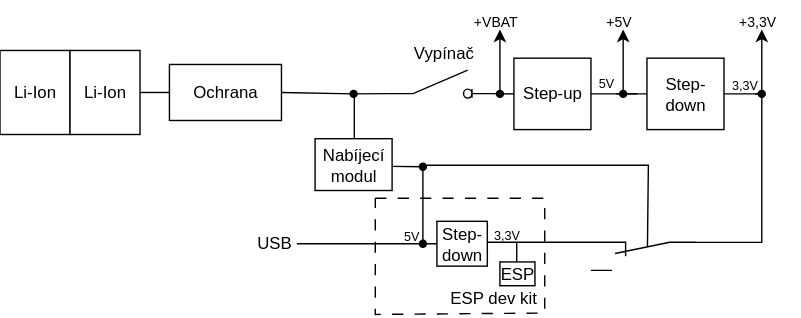
Before: docs/images/ksitovka_napajeni.drawio.svg, a diagram exported from draw.io (BrnoMarsRover/myMachine-LED-cap). Source tidied: cells renumbered, new cells last; positions are measured from the earlier drawing's top-left corner, leaving out a move shared by most shapes.
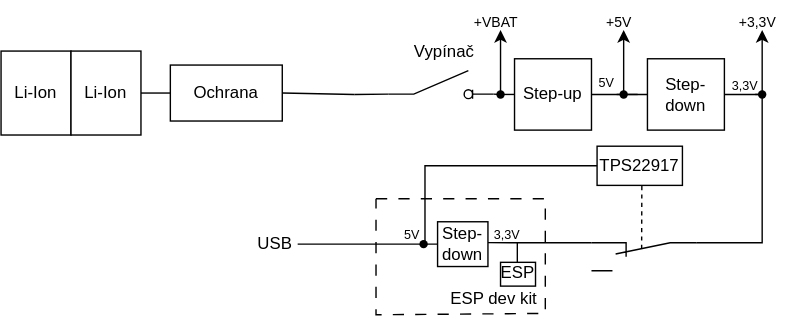
The same diagram one commit later.

Commit message:
Add schematic of main board

Diff of the diagram source:
```diff
@@ -28,8 +28,10 @@
     <mxCell id="9" style="endArrow=none;html=1;rounded=0;exitDx=0;exitDy=0;entryX=0;entryY=0.5;entryDx=0;entryDy=0;" parent="1" edge="1" source="36" target="8">
       <mxGeometry relative="1" as="geometry" />
     </mxCell>
-    <mxCell id="10" style="endArrow=none;html=1;rounded=0;exitDx=0;exitDy=0;entryX=0;entryY=0.84;entryDx=0;entryDy=0;" parent="1" edge="1" source="30" target="5">
-      <mxGeometry relative="1" as="geometry" />
+    <mxCell id="10" style="endArrow=none;html=1;rounded=0;exitDx=0;exitDy=0;entryX=0;entryY=0.84;entryDx=0;entryDy=0;" parent="1" edge="1" target="5">
+      <mxGeometry relative="1" as="geometry">
+        <mxPoint x="252.5" y="67" as="sourcePoint" />
+      </mxGeometry>
     </mxCell>
     <mxCell id="11" value="Step-down" style="rounded=0;whiteSpace=wrap;html=1;" parent="1" vertex="1">
       <mxGeometry x="462" y="41.5" width="55" height="51" as="geometry" />
@@ -92,41 +94,11 @@
     <mxCell id="24" value="&lt;font style=&quot;font-size: 9px;&quot;&gt;3,3V&lt;/font&gt;" style="text;html=1;whiteSpace=wrap;strokeColor=none;fillColor=none;align=center;verticalAlign=middle;rounded=0;" parent="1" vertex="1">
       <mxGeometry x="343" y="153" width="38" height="27" as="geometry" />
     </mxCell>
-    <mxCell id="25" style="endArrow=none;html=1;rounded=0;entryX=0.462;entryY=0.833;entryDx=0;entryDy=0;entryPerimeter=0;" parent="1" edge="1" target="17">
-      <mxGeometry relative="1" as="geometry">
-        <mxPoint x="302" y="174" as="sourcePoint" />
-        <Array as="points">
-          <mxPoint x="302" y="118" />
-          <mxPoint x="463" y="118" />
-        </Array>
-      </mxGeometry>
-    </mxCell>
-    <mxCell id="26" value="&lt;div&gt;Nabíjecí&lt;/div&gt;&lt;div&gt;modul&lt;/div&gt;" style="rounded=0;whiteSpace=wrap;html=1;" parent="1" vertex="1">
-      <mxGeometry x="225" y="99" width="55" height="37" as="geometry" />
-    </mxCell>
-    <mxCell id="27" style="endArrow=none;html=1;rounded=0;" parent="1" edge="1" source="32">
-      <mxGeometry relative="1" as="geometry">
-        <mxPoint x="302" y="118" as="targetPoint" />
-      </mxGeometry>
-    </mxCell>
-    <mxCell id="28" style="endArrow=none;html=1;rounded=0;" parent="1" edge="1">
-      <mxGeometry relative="1" as="geometry">
-        <mxPoint x="253" y="99" as="sourcePoint" />
-        <mxPoint x="253" y="67" as="targetPoint" />
-      </mxGeometry>
-    </mxCell>
-    <mxCell id="29" style="endArrow=none;html=1;rounded=0;exitX=1;exitY=0.5;exitDx=0;exitDy=0;entryDx=0;entryDy=0;" parent="1" edge="1" source="4" target="30">
-      <mxGeometry relative="1" as="geometry" />
+    <mxCell id="29" style="endArrow=none;html=1;rounded=0;exitX=1;exitY=0.5;exitDx=0;exitDy=0;entryDx=0;entryDy=0;" parent="1" edge="1" source="4">
+      <mxGeometry relative="1" as="geometry">
+        <mxPoint x="252.5" y="67" as="targetPoint" />
+      </mxGeometry>
     </mxCell>
-    <mxCell id="30" style="shape=waypoint;sketch=0;fillStyle=solid;size=6;points=[];fillColor=none;perimeter=centerPerimeter;snapToPoint=1;" parent="1" vertex="1">
-      <mxGeometry x="242.5" y="57" width="20" height="20" as="geometry" />
-    </mxCell>
-    <mxCell id="31" style="endArrow=none;html=1;rounded=0;exitX=0.999;exitY=0.534;exitDx=0;exitDy=0;exitPerimeter=0;" parent="1" edge="1" source="26" target="32">
-      <mxGeometry relative="1" as="geometry" />
-    </mxCell>
-    <mxCell id="32" style="shape=waypoint;sketch=0;fillStyle=solid;size=6;points=[];fillColor=none;perimeter=centerPerimeter;snapToPoint=1;" parent="1" vertex="1">
-      <mxGeometry x="292" y="109" width="20" height="20" as="geometry" />
-    </mxCell>
     <mxCell id="33" style="shape=waypoint;sketch=0;fillStyle=solid;size=6;fillColor=none;perimeter=centerPerimeter;" parent="1" vertex="1">
       <mxGeometry x="292" y="164" width="20" height="20" as="geometry" />
     </mxCell>
@@ -198,5 +170,21 @@
         <mxPoint x="369" y="173" as="targetPoint" />
       </mxGeometry>
     </mxCell>
+    <mxCell id="50" value="TPS22917" style="rounded=0;whiteSpace=wrap;html=1;" parent="1" vertex="1">
+      <mxGeometry x="426" y="104" width="61" height="28" as="geometry" />
+    </mxCell>
+    <mxCell id="51" style="endArrow=none;html=1;rounded=0;entryX=0;entryY=0.5;entryDx=0;entryDy=0;" parent="1" edge="1" target="50">
+      <mxGeometry relative="1" as="geometry">
+        <mxPoint x="303" y="173" as="sourcePoint" />
+        <Array as="points">
+          <mxPoint x="303" y="118" />
+        </Array>
+      </mxGeometry>
+    </mxCell>
+    <mxCell id="52" style="endArrow=none;dashed=1;html=1;rounded=0;exitX=0.522;exitY=0.777;exitDx=0;exitDy=0;exitPerimeter=0;" parent="1" edge="1" source="17">
+      <mxGeometry relative="1" as="geometry">
+        <mxPoint x="458" y="131" as="targetPoint" />
+      </mxGeometry>
+    </mxCell>
   </root>
 </mxGraphModel>
```
